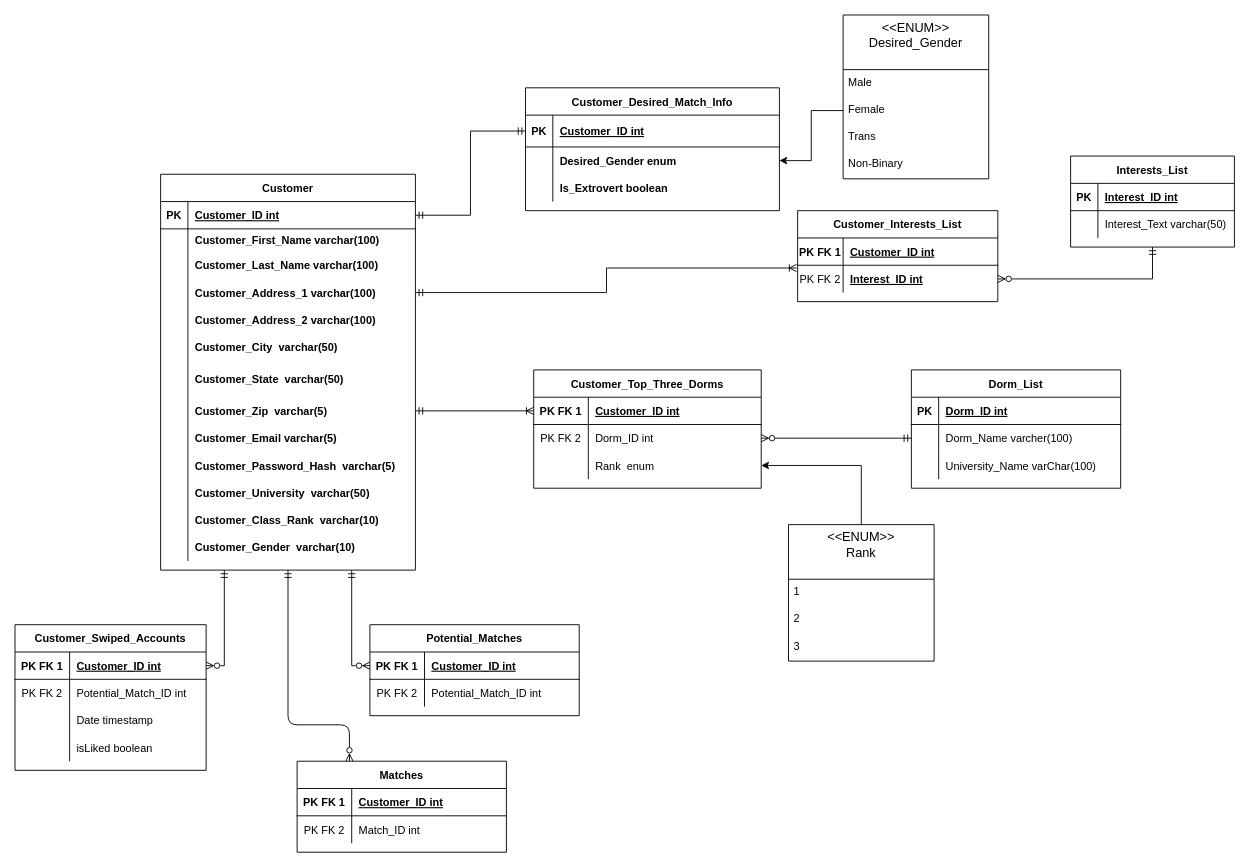
This is Planning docs/AccountDatabaseDiagram.drawio from zhowez/ecomerce, a draw.io file, before an edit. Source tidied: cells renumbered, new cells numbered last; positions are measured from the earlier drawing's top-left corner, leaving out a move shared by most shapes. Both pictures are drawn from the tidied source at 91%, with x=0, y=0 at pixel (15, 15).
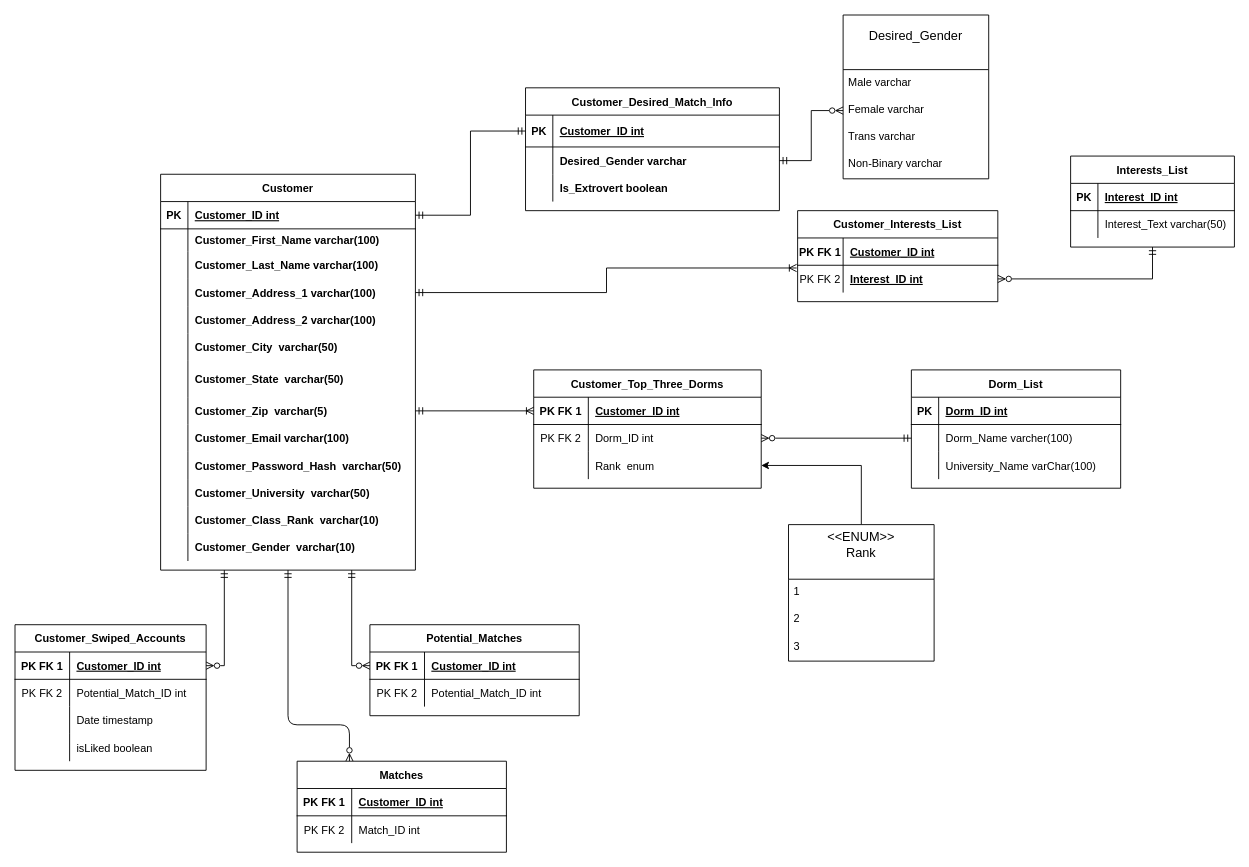
After the change.

Commit message (it also covers changes not shown here):
update git ignore to ignore idea files

The change refers to these unchanged cells:
```xml
<mxCell id="29" style="shape=tableRow;horizontal=0;startSize=0;swimlaneHead=0;swimlaneBody=0;fillColor=none;top=0;left=0;right=0;bottom=0;" parent="4" vertex="1">
  <mxGeometry y="275" width="280" height="30" as="geometry" />
</mxCell>
<mxCell id="32" style="shape=tableRow;horizontal=0;startSize=0;swimlaneHead=0;swimlaneBody=0;fillColor=none;top=0;left=0;right=0;bottom=0;" parent="4" vertex="1">
  <mxGeometry y="305" width="280" height="30" as="geometry" />
</mxCell>
<mxCell id="48" style="shape=tableRow;horizontal=0;startSize=0;swimlaneHead=0;swimlaneBody=0;fillColor=none;points=[[0,0.5],[1,0.5]];portConstraint=eastwest;top=0;left=0;right=0;bottom=0;" parent="44" vertex="1">
  <mxGeometry y="65" width="279" height="30" as="geometry" />
</mxCell>
```

Diff of the diagram source:
```diff
@@
-    <mxCell id="31" value="Customer_Email varchar(5)" style="shape=partialRectangle;fillColor=none;top=0;left=0;bottom=0;right=0;align=left;spacingLeft=6;overflow=hidden;fontStyle=1;" parent="29" vertex="1">
+    <mxCell id="31" value="Customer_Email varchar(100)" style="shape=partialRectangle;fillColor=none;top=0;left=0;bottom=0;right=0;align=left;spacingLeft=6;overflow=hidden;fontStyle=1;" parent="29" vertex="1">
       <mxGeometry x="30" width="250" height="30" as="geometry" />
     </mxCell>
@@
-    <mxCell id="34" value="Customer_Password_Hash  varchar(5)" style="shape=partialRectangle;fillColor=none;top=0;left=0;bottom=0;right=0;align=left;spacingLeft=6;overflow=hidden;fontStyle=1;" parent="32" vertex="1">
+    <mxCell id="34" value="Customer_Password_Hash  varchar(50)" style="shape=partialRectangle;fillColor=none;top=0;left=0;bottom=0;right=0;align=left;spacingLeft=6;overflow=hidden;fontStyle=1;" parent="32" vertex="1">
       <mxGeometry x="30" width="250" height="30" as="geometry" />
     </mxCell>
@@
-    <mxCell id="50" value="Desired_Gender enum" style="shape=partialRectangle;fillColor=none;top=0;left=0;bottom=0;right=0;align=left;spacingLeft=6;overflow=hidden;fontStyle=1;" parent="48" vertex="1">
+    <mxCell id="50" value="Desired_Gender varchar" style="shape=partialRectangle;fillColor=none;top=0;left=0;bottom=0;right=0;align=left;spacingLeft=6;overflow=hidden;fontStyle=1;" parent="48" vertex="1">
       <mxGeometry x="30" width="249" height="30" as="geometry" />
     </mxCell>
@@
-    <mxCell id="114" value="&lt;&lt;ENUM&gt;&gt;&#10;Desired_Gender&#10;" style="swimlane;fontStyle=0;horizontal=1;startSize=60;align=center;fontSize=14;" parent="1" vertex="1">
+    <mxCell id="114" value="Desired_Gender&#10;" style="swimlane;fontStyle=0;horizontal=1;startSize=60;align=center;fontSize=14;" parent="1" vertex="1">
       <mxGeometry x="910" width="160" height="180" as="geometry" />
     </mxCell>
-    <mxCell id="115" value="Male&#10;" style="text;strokeColor=none;fillColor=none;spacingLeft=4;spacingRight=4;overflow=hidden;fontSize=12;" parent="114" vertex="1">
+    <mxCell id="115" value="Male varchar&#10;" style="text;strokeColor=none;fillColor=none;spacingLeft=4;spacingRight=4;overflow=hidden;fontSize=12;" parent="114" vertex="1">
       <mxGeometry y="60" width="160" height="30" as="geometry" />
     </mxCell>
-    <mxCell id="116" value="Female" style="text;strokeColor=none;fillColor=none;spacingLeft=4;spacingRight=4;overflow=hidden;points=[[0,0.5],[1,0.5]];portConstraint=eastwest;fontSize=12;" parent="114" vertex="1">
+    <mxCell id="116" value="Female varchar" style="text;strokeColor=none;fillColor=none;spacingLeft=4;spacingRight=4;overflow=hidden;points=[[0,0.5],[1,0.5]];portConstraint=eastwest;fontSize=12;" parent="114" vertex="1">
       <mxGeometry y="90" width="160" height="30" as="geometry" />
     </mxCell>
-    <mxCell id="117" value="Trans" style="text;strokeColor=none;fillColor=none;spacingLeft=4;spacingRight=4;overflow=hidden;fontSize=12;" parent="114" vertex="1">
+    <mxCell id="117" value="Trans varchar" style="text;strokeColor=none;fillColor=none;spacingLeft=4;spacingRight=4;overflow=hidden;fontSize=12;" parent="114" vertex="1">
       <mxGeometry y="120" width="160" height="30" as="geometry" />
     </mxCell>
-    <mxCell id="118" value="Non-Binary" style="text;strokeColor=none;fillColor=none;spacingLeft=4;spacingRight=4;overflow=hidden;fontSize=12;" parent="114" vertex="1">
+    <mxCell id="118" value="Non-Binary varchar" style="text;strokeColor=none;fillColor=none;spacingLeft=4;spacingRight=4;overflow=hidden;fontSize=12;" parent="114" vertex="1">
       <mxGeometry y="150" width="160" height="30" as="geometry" />
     </mxCell>
-    <mxCell id="119" style="edgeStyle=orthogonalEdgeStyle;rounded=0;jettySize=auto;html=1;exitX=0;exitY=0.5;exitDx=0;exitDy=0;entryX=1;entryY=0.5;entryDx=0;entryDy=0;startArrow=none;startFill=0;endArrow=classic;endFill=1;" parent="1" edge="1" source="116" target="48">
+    <mxCell id="119" style="edgeStyle=orthogonalEdgeStyle;rounded=0;jettySize=auto;html=1;exitX=0;exitY=0.5;exitDx=0;exitDy=0;entryX=1;entryY=0.5;entryDx=0;entryDy=0;startArrow=ERzeroToMany;startFill=0;endArrow=ERmandOne;endFill=0;" parent="1" edge="1" source="116" target="48">
       <mxGeometry relative="1" as="geometry" />
     </mxCell>
```
